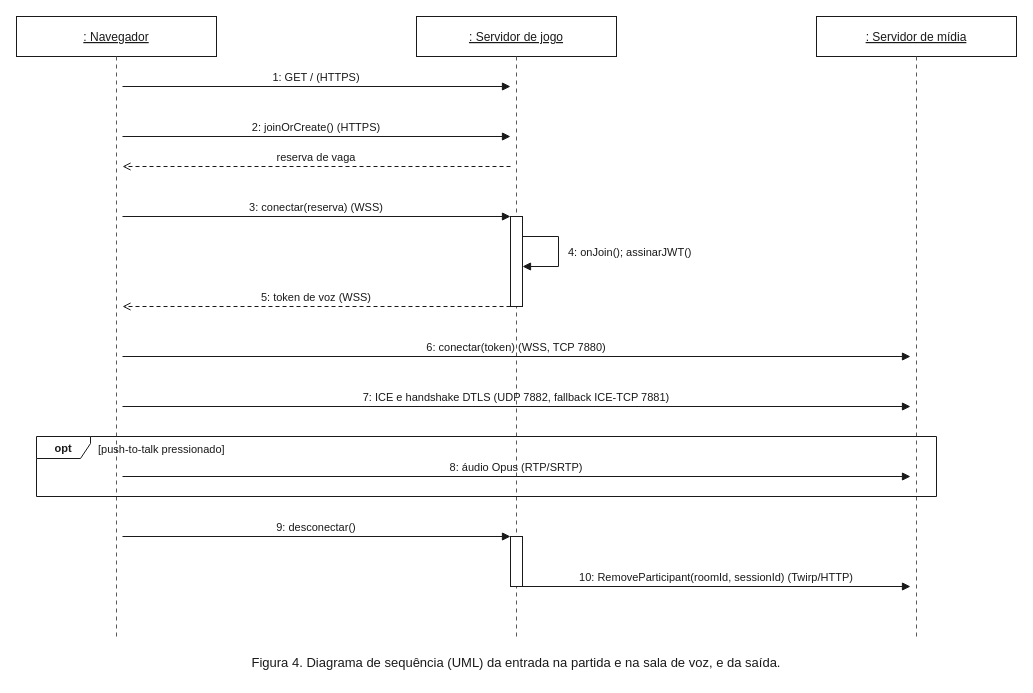
Evolutionary-Coders/shobu keeps this draw.io diagram as page "Figura 4. Sequência de entrada" (4 of 4) of docs/rede/arquitetura-de-rede.drawio. Above is the earlier version. Source tidied: cells renumbered, new cells numbered last; positions are measured from the earlier drawing's top-left corner, leaving out a move shared by most shapes. Both pictures are drawn from the tidied source at 100%, with x=0, y=0 at pixel (16, 16).
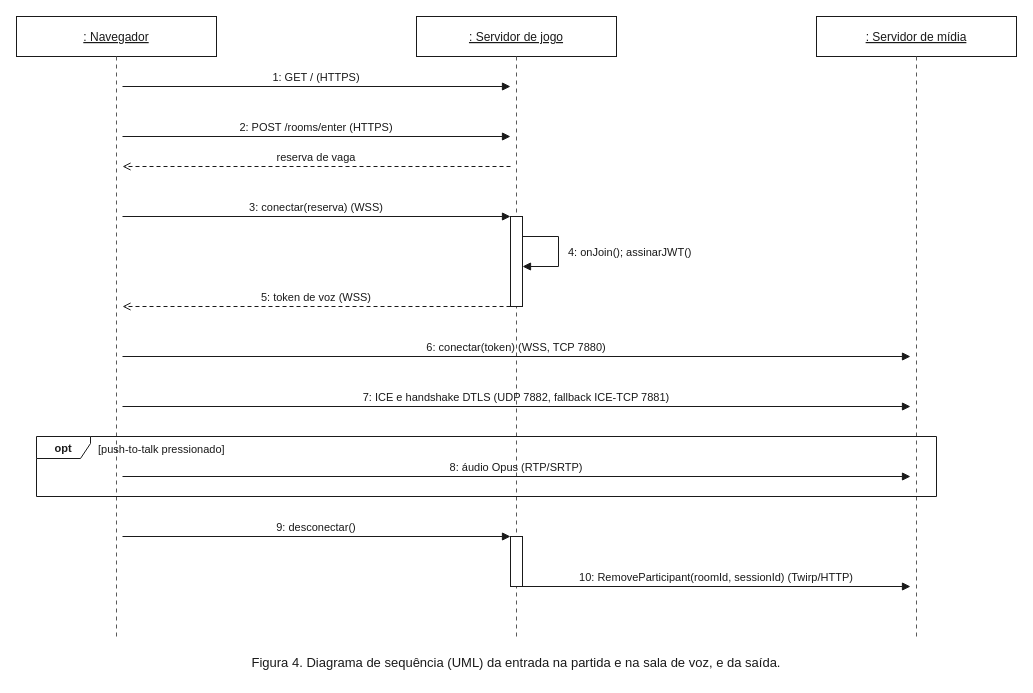
The same diagram, later.

The edit, as a diff of the source:
```diff
@@
-    <mxCell id="9" value="2: joinOrCreate() (HTTPS)" style="rounded=0;labelBackgroundColor=none;fontFamily=Helvetica;fontSize=12;fontColor=#1a1a1a;html=0;fontSize=11;edgeStyle=none;strokeColor=#1a1a1a;strokeWidth=1;verticalAlign=bottom;endArrow=block;endFill=1;" parent="1" edge="1">
+    <mxCell id="9" value="2: POST /rooms/enter (HTTPS)" style="rounded=0;labelBackgroundColor=none;fontFamily=Helvetica;fontSize=12;fontColor=#1a1a1a;html=0;fontSize=11;edgeStyle=none;strokeColor=#1a1a1a;strokeWidth=1;verticalAlign=bottom;endArrow=block;endFill=1;" parent="1" edge="1">
       <mxGeometry relative="1" as="geometry">
         <mxPoint x="106" y="120" as="sourcePoint" />
         <mxPoint x="494" y="120" as="targetPoint" />
       </mxGeometry>
     </mxCell>
```
